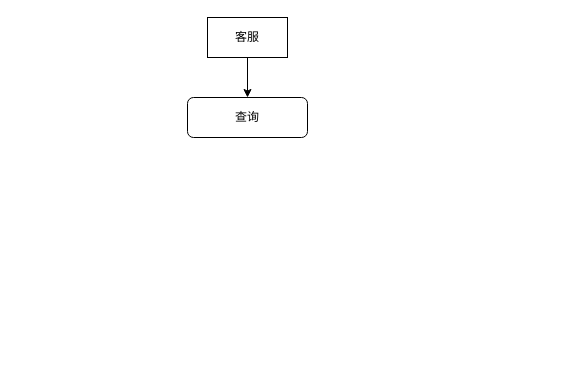
Above: Untitled Diagram.drawio in gaichenghao/ClientDemo (draw.io), before the change. Source tidied: cells renumbered, new cells numbered last; positions are measured from the earlier drawing's top-left corner, leaving out a move shared by most shapes. Both pictures are drawn from the tidied source at 100%, with x=0, y=0 at pixel (187, 17).
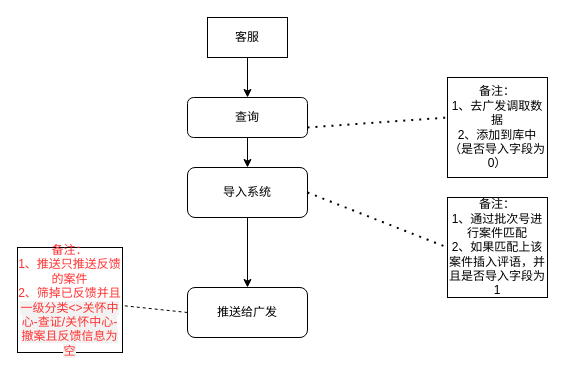
The same page after the edit.

Diff of the diagram source:
```diff
@@
 <mxGraphModel>
   <root>
     <mxCell id="0" />
     <mxCell id="1" parent="0" />
     <mxCell id="2" value="客服" style="rounded=0;whiteSpace=wrap;html=1;" parent="1" vertex="1">
       <mxGeometry x="20" width="80" height="40" as="geometry" />
     </mxCell>
     <mxCell id="3" style="endArrow=classic;html=1;exitX=0.5;exitY=1;exitDx=0;exitDy=0;" parent="1" edge="1" source="2" target="4">
       <mxGeometry relative="1" as="geometry" />
     </mxCell>
     <mxCell id="4" value="查询" style="rounded=1;whiteSpace=wrap;html=1;" parent="1" vertex="1">
       <mxGeometry y="80" width="120" height="40" as="geometry" />
     </mxCell>
+    <mxCell id="5" style="endArrow=none;dashed=1;html=1;dashPattern=1 3;strokeWidth=2;exitX=1;exitY=0.75;exitDx=0;exitDy=0;exitPerimeter=0;" parent="1" edge="1" source="4">
+      <mxGeometry relative="1" as="geometry">
+        <mxPoint x="260" y="100" as="targetPoint" />
+      </mxGeometry>
+    </mxCell>
+    <mxCell id="6" value="备注：&lt;br&gt;1、去广发调取数据&lt;br&gt;2、添加到库中（是否导入字段为0）" style="whiteSpace=wrap;html=1;" parent="1" vertex="1">
+      <mxGeometry x="260" y="60" width="100" height="100" as="geometry" />
+    </mxCell>
+    <mxCell id="7" style="endArrow=classic;html=1;exitX=0.5;exitY=1;exitDx=0;exitDy=0;" parent="1" edge="1" source="4" target="9">
+      <mxGeometry relative="1" as="geometry" />
+    </mxCell>
+    <mxCell id="8" style="edgeStyle=orthogonalEdgeStyle;rounded=0;jettySize=auto;html=1;" parent="1" edge="1" source="9" target="12">
+      <mxGeometry relative="1" as="geometry" />
+    </mxCell>
+    <mxCell id="9" value="导入系统" style="rounded=1;whiteSpace=wrap;html=1;" parent="1" vertex="1">
+      <mxGeometry y="150" width="120" height="50" as="geometry" />
+    </mxCell>
+    <mxCell id="10" style="endArrow=none;dashed=1;html=1;dashPattern=1 3;strokeWidth=2;exitX=1;exitY=0.5;exitDx=0;exitDy=0;entryX=0;entryY=0.5;entryDx=0;entryDy=0;" parent="1" edge="1" source="9" target="11">
+      <mxGeometry relative="1" as="geometry" />
+    </mxCell>
+    <mxCell id="11" value="备注：&lt;br&gt;1、通过批次号进行案件匹配&lt;br&gt;2、如果匹配上该案件插入评语，并且是否导入字段为1" style="whiteSpace=wrap;html=1;" parent="1" vertex="1">
+      <mxGeometry x="260" y="180" width="100" height="100" as="geometry" />
+    </mxCell>
+    <mxCell id="12" value="推送给广发" style="rounded=1;whiteSpace=wrap;html=1;" parent="1" vertex="1">
+      <mxGeometry y="270" width="120" height="50" as="geometry" />
+    </mxCell>
+    <mxCell id="13" style="endArrow=none;dashed=1;html=1;exitX=0;exitY=0.5;exitDx=0;exitDy=0;" parent="1" edge="1" source="12" target="14">
+      <mxGeometry relative="1" as="geometry" />
+    </mxCell>
+    <mxCell id="14" value="备注：&lt;br&gt;1、推送只推送反馈的案件&lt;br&gt;2、筛掉已反馈并且&lt;span style=&quot;font-family: &amp;quot;arial normal&amp;quot;, arial; text-align: left; background-color: rgb(242, 242, 242);&quot;&gt;一级分类&amp;lt;&amp;gt;关怀中心-查证/关怀中心-撤案且反馈信息为空&lt;/span&gt;" style="whiteSpace=wrap;html=1;fontColor=#FF3333;" parent="1" vertex="1">
+      <mxGeometry x="-170" y="230" width="105" height="105" as="geometry" />
+    </mxCell>
   </root>
 </mxGraphModel>
```
